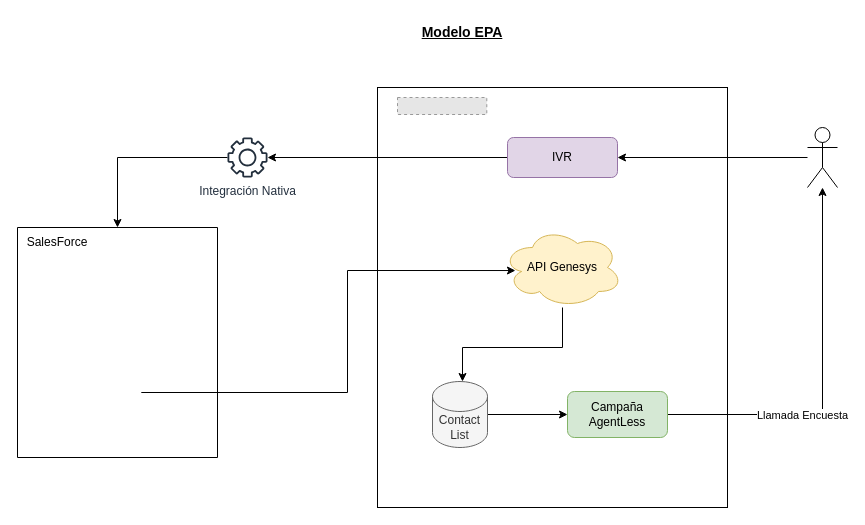
This is page "Modelo EPA" (2 of 2) of Modelo General SF Genesys.drawio from nonate/personalProject, a draw.io file, before an edit. Source tidied: cells renumbered, new cells numbered last; positions are measured from the earlier drawing's top-left corner, leaving out a move shared by most shapes. Both pictures are drawn from the tidied source at 100%, with x=0, y=0 at pixel (17, 17). Pictures stored in the file or linked from it are replaced by grey dashed boxes.
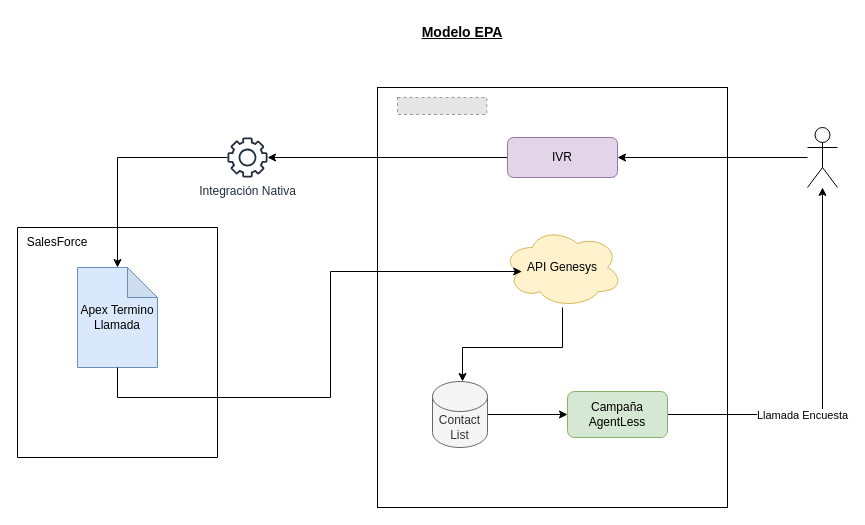
The same page after the edit.

The change refers to these unchanged cells:
```xml
<mxCell id="3" style="rounded=0;whiteSpace=wrap;html=1;shape=note;backgroundOutline=1;darkOpacity=0.05;size=0;" parent="1" vertex="1">
  <mxGeometry y="210" width="200" height="230" as="geometry" />
</mxCell>
<mxCell id="10" value="Integración Nativa" style="sketch=0;outlineConnect=0;fontColor=#232F3E;gradientColor=none;fillColor=#232F3D;strokeColor=none;dashed=0;verticalLabelPosition=bottom;verticalAlign=top;align=center;html=1;fontSize=12;fontStyle=0;shape=mxgraph.aws4.gear;" parent="1" vertex="1">
  <mxGeometry x="210" y="120" width="40" height="40" as="geometry" />
</mxCell>
<mxCell id="13" value="API Genesys" style="ellipse;shape=cloud;whiteSpace=wrap;html=1;fillColor=#fff2cc;strokeColor=#d6b656;" parent="1" vertex="1">
  <mxGeometry x="485" y="210" width="120" height="80" as="geometry" />
</mxCell>
```

The edit, as a diff of the source:
```diff
@@
-    <mxCell id="9" style="edgeStyle=orthogonalEdgeStyle;rounded=0;jettySize=auto;html=1;entryX=0;entryY=0;entryDx=100;entryDy=0;entryPerimeter=0;" parent="1" edge="1" source="10" target="3">
+    <mxCell id="9" style="edgeStyle=orthogonalEdgeStyle;rounded=0;jettySize=auto;html=1;" parent="1" edge="1" source="10" target="21">
       <mxGeometry relative="1" as="geometry" />
     </mxCell>
@@
-    <mxCell id="14" style="edgeStyle=orthogonalEdgeStyle;rounded=0;jettySize=auto;html=1;entryX=0.108;entryY=0.538;entryDx=0;entryDy=0;entryPerimeter=0;strokeColor=default;" parent="1" edge="1" target="13">
-      <mxGeometry relative="1" as="geometry">
-        <mxPoint x="123.8" y="375" as="sourcePoint" />
-        <Array as="points">
-          <mxPoint x="330" y="375" />
-          <mxPoint x="330" y="253" />
-        </Array>
-      </mxGeometry>
-    </mxCell>
@@
+    <mxCell id="21" value="Apex Termino Llamada" style="shape=note;whiteSpace=wrap;html=1;backgroundOutline=1;darkOpacity=0.05;fillColor=#dae8fc;strokeColor=#6c8ebf;" parent="1" vertex="1">
+      <mxGeometry x="60" y="250" width="80" height="100" as="geometry" />
+    </mxCell>
+    <mxCell id="22" style="edgeStyle=orthogonalEdgeStyle;rounded=0;jettySize=auto;html=1;entryX=0.16;entryY=0.55;entryDx=0;entryDy=0;entryPerimeter=0;" parent="1" edge="1" source="21" target="13">
+      <mxGeometry relative="1" as="geometry">
+        <Array as="points">
+          <mxPoint x="100" y="380" />
+          <mxPoint x="313" y="380" />
+          <mxPoint x="313" y="254" />
+        </Array>
+      </mxGeometry>
+    </mxCell>
```
